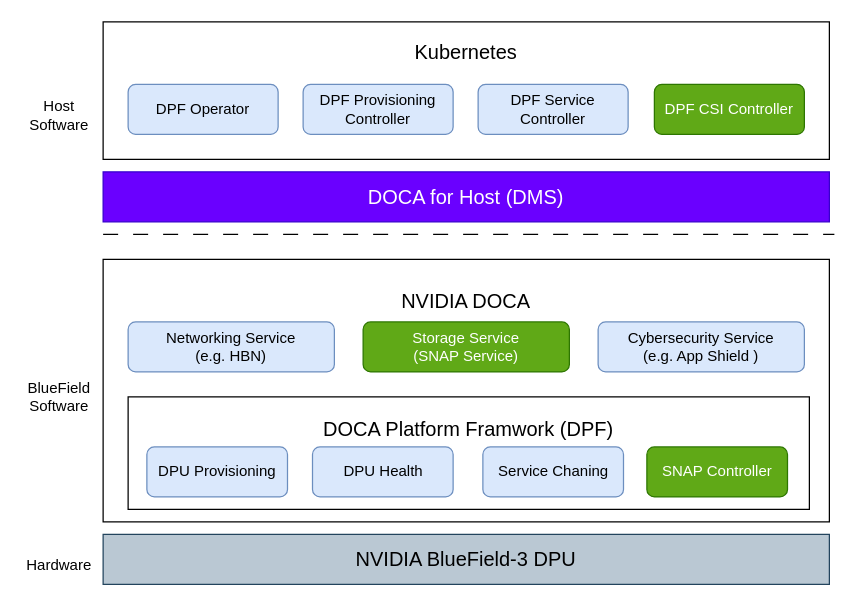
Earlier version of the draw.io diagram box/DPF-v1.drawio (wpeng102/draw). Source tidied: cells renumbered, new cells numbered last; positions are measured from the earlier drawing's top-left corner, leaving out a move shared by most shapes. Both pictures are drawn from the tidied source at 125%, with x=0, y=0 at pixel (21, 21).
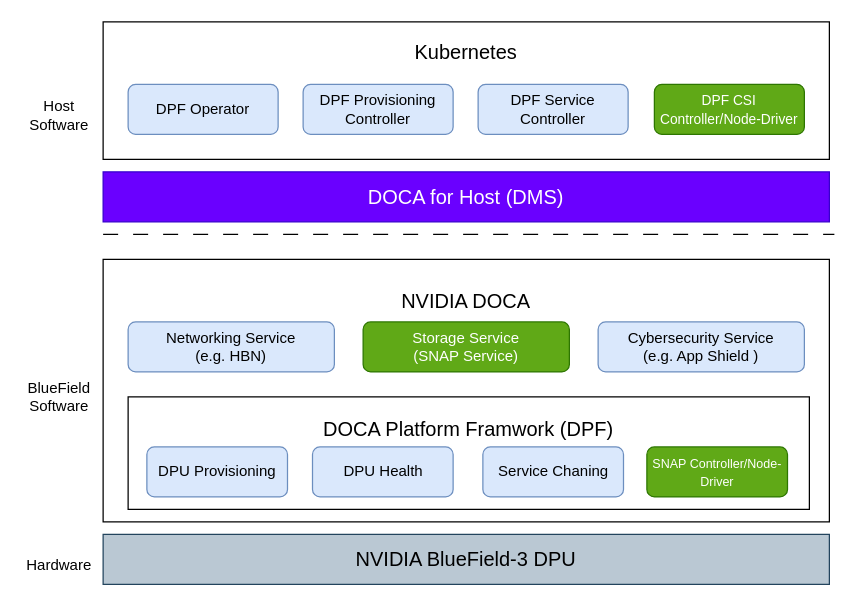
The same diagram, later.

What changed in the source:
```diff
@@
-    <mxCell id="6" value="DPF CSI Controller" style="rounded=1;whiteSpace=wrap;html=1;fillColor=#60a917;strokeColor=#2D7600;fontColor=#ffffff;" parent="1" vertex="1">
+    <mxCell id="6" value="&lt;font style=&quot;font-size: 11px;&quot;&gt;DPF CSI Controller/Node-Driver&lt;/font&gt;" style="rounded=1;whiteSpace=wrap;html=1;fillColor=#60a917;strokeColor=#2D7600;fontColor=#ffffff;" parent="1" vertex="1">
       <mxGeometry x="506" y="50" width="120" height="40" as="geometry" />
     </mxCell>
@@
-    <mxCell id="18" value="SNAP Controller" style="rounded=1;whiteSpace=wrap;html=1;fillColor=#60a917;strokeColor=#2D7600;fontColor=#ffffff;" parent="1" vertex="1">
+    <mxCell id="18" value="&lt;font style=&quot;font-size: 10px;&quot;&gt;SNAP Controller/Node-Driver&lt;/font&gt;" style="rounded=1;whiteSpace=wrap;html=1;fillColor=#60a917;strokeColor=#2D7600;fontColor=#ffffff;" parent="1" vertex="1">
       <mxGeometry x="500" y="340" width="112.5" height="40" as="geometry" />
     </mxCell>
```
